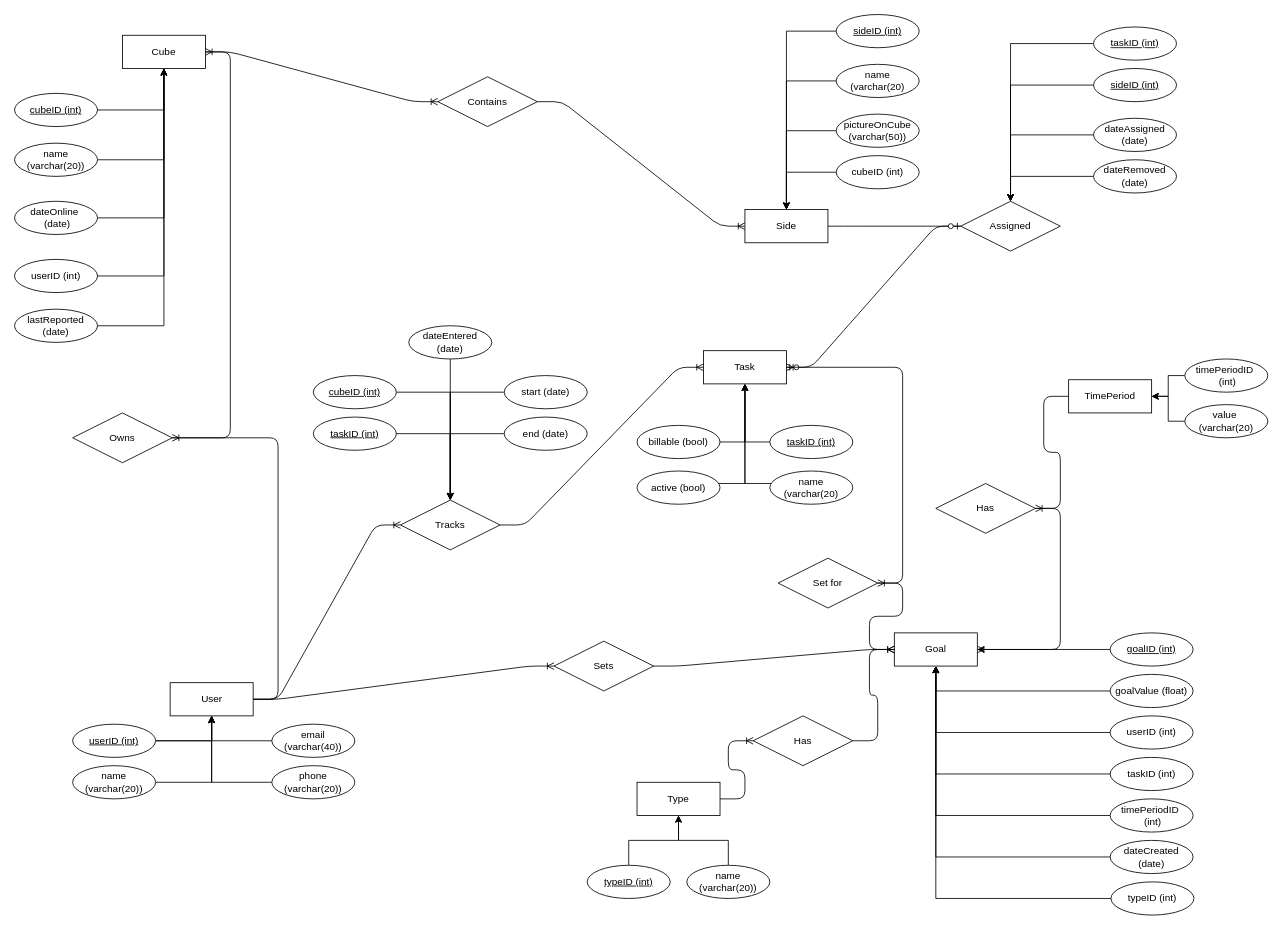
diagonalwalnut/COMP3421 keeps this draw.io diagram as DB Class.drawio. Above is the earlier version. Source tidied: cells renumbered, new cells numbered last; positions are measured from the earlier drawing's top-left corner, leaving out a move shared by most shapes. Both pictures are drawn from the tidied source at 83%, with x=0, y=0 at pixel (14, 14).
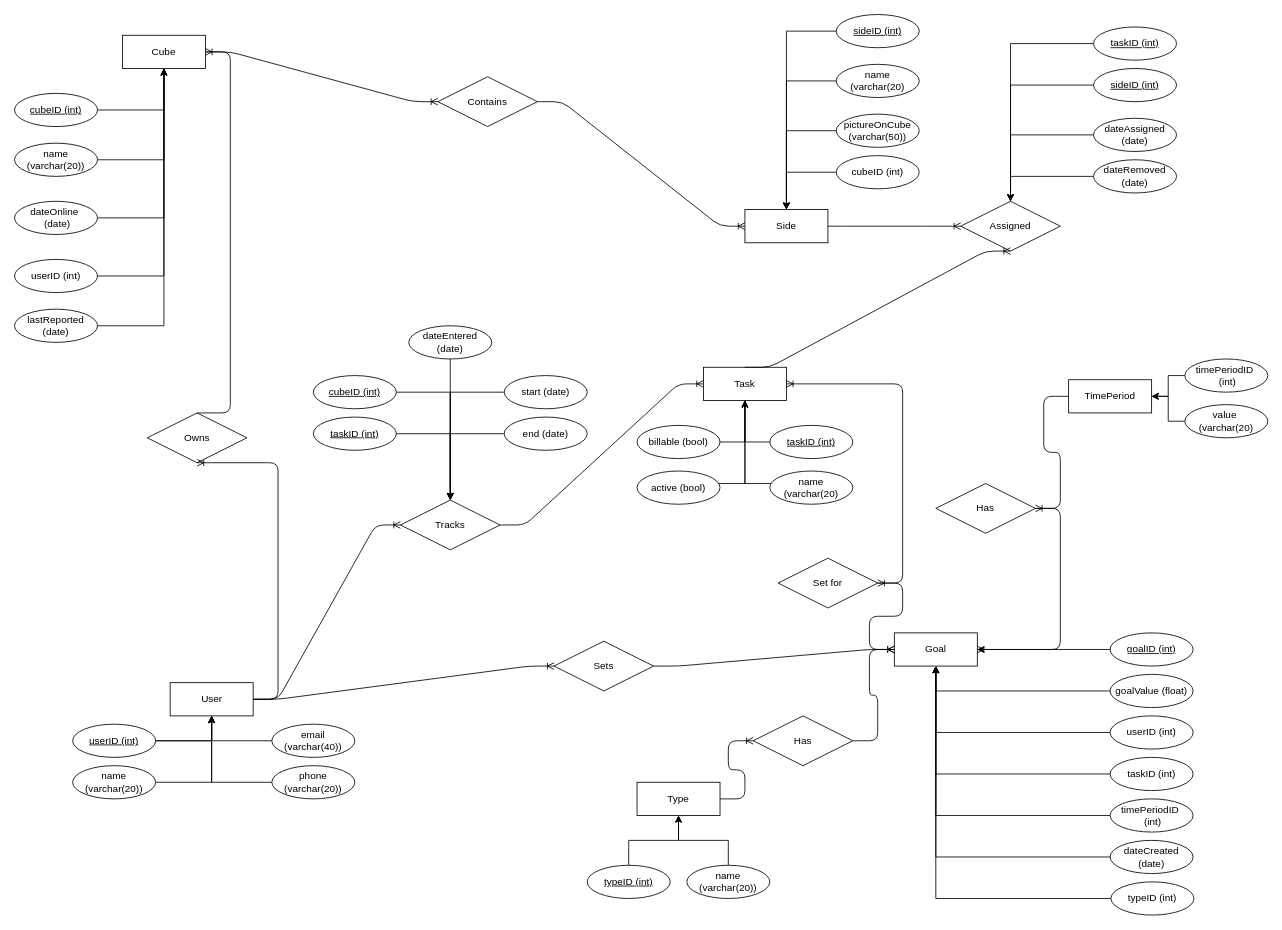
The same diagram, later.

Unchanged cells that the change refers to:
```xml
<mxCell id="6" value="Assigned" style="shape=rhombus;perimeter=rhombusPerimeter;whiteSpace=wrap;html=1;align=center;" parent="1" vertex="1">
  <mxGeometry x="1140" y="225" width="120" height="60" as="geometry" />
</mxCell>
<mxCell id="19" value="Side" style="whiteSpace=wrap;html=1;align=center;" parent="1" vertex="1">
  <mxGeometry x="880" y="235" width="100" height="40" as="geometry" />
</mxCell>
<mxCell id="22" value="Cube" style="whiteSpace=wrap;html=1;align=center;" parent="1" vertex="1">
  <mxGeometry x="130" y="25" width="100" height="40" as="geometry" />
</mxCell>
<mxCell id="24" value="User" style="whiteSpace=wrap;html=1;align=center;" parent="1" vertex="1">
  <mxGeometry x="187.5" y="805" width="100" height="40" as="geometry" />
</mxCell>
```

Change to the diagram source:
```diff
@@
     <mxCell id="3" value="Owns" style="shape=rhombus;perimeter=rhombusPerimeter;whiteSpace=wrap;html=1;align=center;" parent="1" vertex="1">
-      <mxGeometry x="70" y="480" width="120" height="60" as="geometry" />
+      <mxGeometry x="160" y="480" width="120" height="60" as="geometry" />
     </mxCell>
-    <mxCell id="4" style="edgeStyle=entityRelationEdgeStyle;fontSize=12;html=1;endArrow=ERoneToMany;" parent="1" edge="1" source="24" target="3">
+    <mxCell id="4" style="edgeStyle=entityRelationEdgeStyle;fontSize=12;html=1;endArrow=ERoneToMany;entryX=0.5;entryY=1;entryDx=0;entryDy=0;" parent="1" edge="1" source="24" target="3">
       <mxGeometry relative="1" as="geometry" />
     </mxCell>
-    <mxCell id="5" style="edgeStyle=entityRelationEdgeStyle;fontSize=12;html=1;endArrow=ERzeroToOne;endFill=1;" parent="1" edge="1" source="6" target="25">
-      <mxGeometry relative="1" as="geometry" />
-    </mxCell>
@@
-    <mxCell id="7" style="edgeStyle=entityRelationEdgeStyle;fontSize=12;html=1;endArrow=ERzeroToOne;endFill=1;" parent="1" edge="1" source="19" target="6">
-      <mxGeometry relative="1" as="geometry" />
-    </mxCell>
@@
-    <mxCell id="23" style="edgeStyle=entityRelationEdgeStyle;fontSize=12;html=1;endArrow=ERoneToMany;" parent="1" edge="1" source="3" target="22">
+    <mxCell id="23" style="edgeStyle=entityRelationEdgeStyle;fontSize=12;html=1;endArrow=ERoneToMany;exitX=0.5;exitY=0;exitDx=0;exitDy=0;" parent="1" edge="1" source="3" target="22">
       <mxGeometry relative="1" as="geometry" />
     </mxCell>
@@
     <mxCell id="25" value="Task" style="whiteSpace=wrap;html=1;align=center;" parent="1" vertex="1">
-      <mxGeometry x="830" y="405" width="100" height="40" as="geometry" />
+      <mxGeometry x="830" y="425" width="100" height="40" as="geometry" />
     </mxCell>
@@
+    <mxCell id="108" style="edgeStyle=entityRelationEdgeStyle;fontSize=12;html=1;endArrow=ERoneToMany;exitX=0.5;exitY=0;exitDx=0;exitDy=0;entryX=0.5;entryY=1;entryDx=0;entryDy=0;" parent="1" edge="1" source="25" target="6">
+      <mxGeometry relative="1" as="geometry" />
+    </mxCell>
+    <mxCell id="7" style="edgeStyle=entityRelationEdgeStyle;fontSize=12;html=1;endArrow=ERoneToMany;exitX=1;exitY=0.5;exitDx=0;exitDy=0;" parent="1" edge="1" source="19" target="6">
+      <mxGeometry relative="1" as="geometry" />
+    </mxCell>
```
